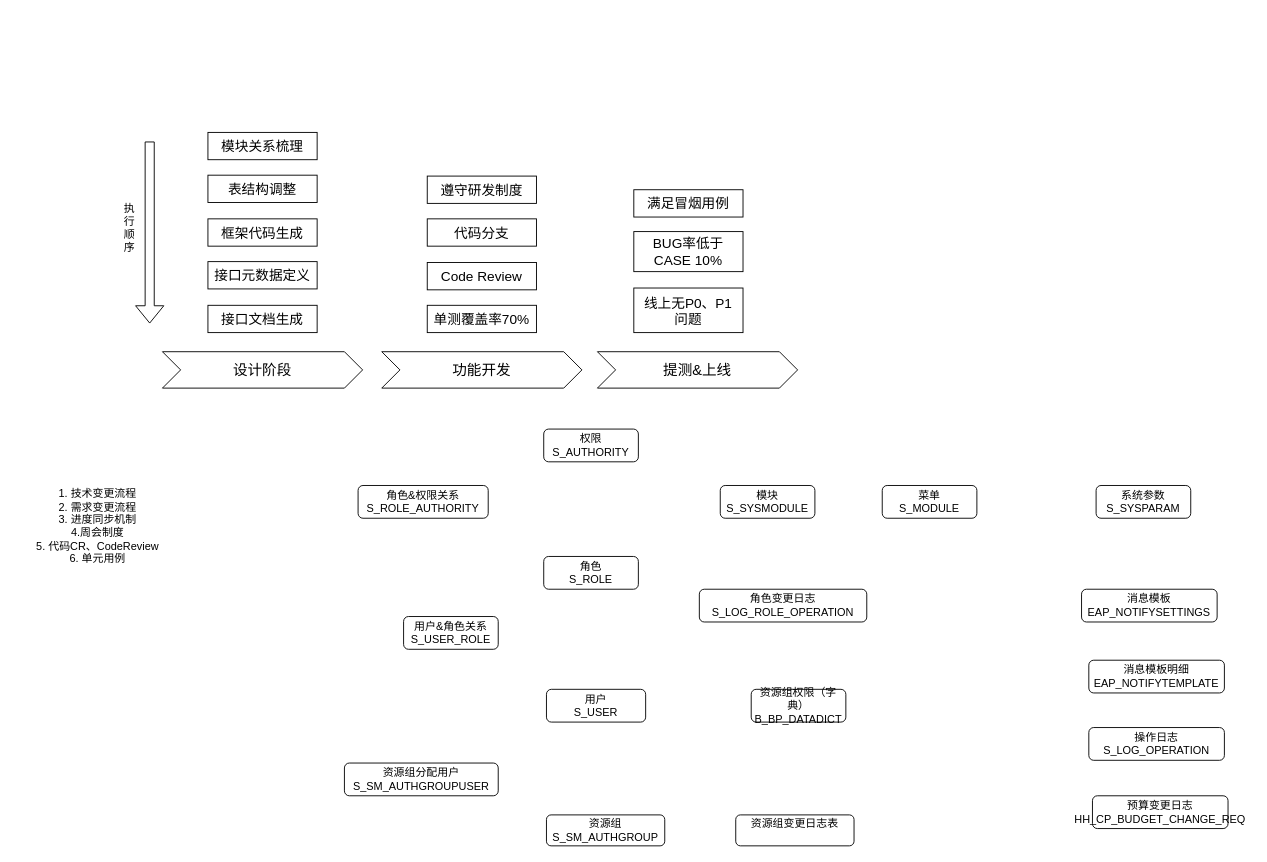
The draw.io diagram 三期二阶段-研发步骤.drawio in S0Louis/drowio, before the edit. Source tidied: cells renumbered, new cells numbered last; positions are measured from the earlier drawing's top-left corner, leaving out a move shared by most shapes. Both pictures are drawn from the tidied source at 91%, with x=0, y=0 at pixel (15, 15).
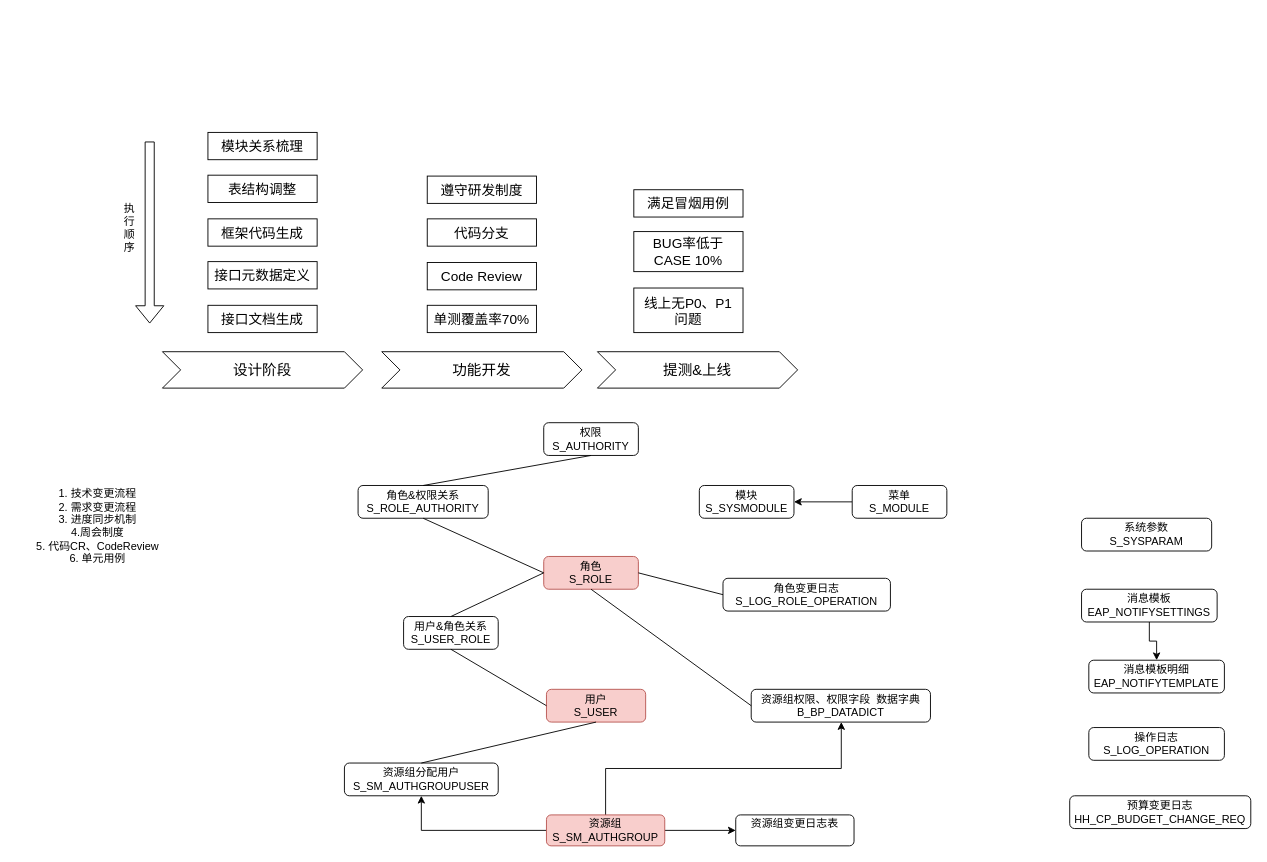
The same page after the edit.

Commit message (it also covers changes not shown here):
更新三期二阶段-研发步骤.drawio

Unchanged cells that the change refers to:
```xml
<mxCell id="23" value="&lt;div&gt;用户&amp;amp;角色关系&lt;/div&gt;&lt;div&gt;S_USER_ROLE&lt;/div&gt;" style="rounded=1;whiteSpace=wrap;html=1;" parent="1" vertex="1">
  <mxGeometry x="426" y="660" width="104" height="36" as="geometry" />
</mxCell>
<mxCell id="25" value="资源组分配用户&lt;div&gt;S_SM_AUTHGROUPUSER&lt;/div&gt;" style="rounded=1;whiteSpace=wrap;html=1;" parent="1" vertex="1">
  <mxGeometry x="361" y="821" width="169" height="36" as="geometry" />
</mxCell>
<mxCell id="28" value="角色&amp;amp;权限关系&lt;div&gt;S_ROLE_AUTHORITY&lt;br&gt;&lt;/div&gt;" style="rounded=1;whiteSpace=wrap;html=1;" parent="1" vertex="1">
  <mxGeometry x="376" y="516" width="143" height="36" as="geometry" />
</mxCell>
<mxCell id="32" value="&lt;div&gt;消息模板&lt;/div&gt;&lt;div&gt;EAP_NOTIFYSETTINGS&lt;br&gt;&lt;/div&gt;" style="rounded=1;whiteSpace=wrap;html=1;" parent="1" vertex="1">
  <mxGeometry x="1171" y="630" width="149" height="36" as="geometry" />
</mxCell>
<mxCell id="33" value="&lt;div&gt;消息模板明细&lt;/div&gt;&lt;div&gt;EAP_NOTIFYTEMPLATE&lt;br&gt;&lt;/div&gt;" style="rounded=1;whiteSpace=wrap;html=1;" parent="1" vertex="1">
  <mxGeometry x="1179" y="708" width="149" height="36" as="geometry" />
</mxCell>
<mxCell id="36" value="&lt;div&gt;资源组变更日志表&lt;/div&gt;&lt;div&gt;&lt;br&gt;&lt;/div&gt;" style="rounded=1;whiteSpace=wrap;html=1;" parent="1" vertex="1">
  <mxGeometry x="791" y="878" width="130" height="34" as="geometry" />
</mxCell>
```

Change to the diagram source:
```diff
@@
-    <mxCell id="21" value="用户&lt;div&gt;S_USER&lt;/div&gt;" style="rounded=1;whiteSpace=wrap;html=1;" parent="1" vertex="1">
+    <mxCell id="21" value="用户&lt;div&gt;S_USER&lt;/div&gt;" style="rounded=1;whiteSpace=wrap;html=1;fillColor=#f8cecc;strokeColor=#b85450;" parent="1" vertex="1">
       <mxGeometry x="583" y="740" width="109" height="36" as="geometry" />
     </mxCell>
-    <mxCell id="22" value="&lt;div&gt;角色&lt;/div&gt;&lt;div&gt;S_ROLE&lt;/div&gt;" style="rounded=1;whiteSpace=wrap;html=1;" parent="1" vertex="1">
+    <mxCell id="22" value="&lt;div&gt;角色&lt;/div&gt;&lt;div&gt;S_ROLE&lt;/div&gt;" style="rounded=1;whiteSpace=wrap;html=1;fillColor=#f8cecc;strokeColor=#b85450;" parent="1" vertex="1">
       <mxGeometry x="580" y="594" width="104" height="36" as="geometry" />
     </mxCell>
@@
+    <mxCell id="38" style="edgeStyle=orthogonalEdgeStyle;rounded=0;jettySize=auto;html=1;" parent="1" edge="1" source="24" target="25">
+      <mxGeometry relative="1" as="geometry" />
+    </mxCell>
+    <mxCell id="39" style="edgeStyle=orthogonalEdgeStyle;rounded=0;jettySize=auto;html=1;" parent="1" edge="1" source="24" target="26">
+      <mxGeometry relative="1" as="geometry">
+        <Array as="points">
+          <mxPoint x="648" y="827" />
+          <mxPoint x="907" y="827" />
+        </Array>
+      </mxGeometry>
+    </mxCell>
+    <mxCell id="40" style="edgeStyle=orthogonalEdgeStyle;rounded=0;jettySize=auto;html=1;" parent="1" edge="1" source="24" target="36">
+      <mxGeometry relative="1" as="geometry" />
+    </mxCell>
-    <mxCell id="24" value="&lt;div&gt;资源组&lt;/div&gt;&lt;div&gt;S_SM_AUTHGROUP&lt;/div&gt;" style="rounded=1;whiteSpace=wrap;html=1;" parent="1" vertex="1">
+    <mxCell id="24" value="&lt;div&gt;资源组&lt;/div&gt;&lt;div&gt;S_SM_AUTHGROUP&lt;/div&gt;" style="rounded=1;whiteSpace=wrap;html=1;fillColor=#f8cecc;strokeColor=#b85450;" parent="1" vertex="1">
       <mxGeometry x="583" y="878" width="130" height="34" as="geometry" />
     </mxCell>
@@
-    <mxCell id="26" value="资源组权限（字典）&lt;div&gt;B_BP_DATADICT&lt;br&gt;&lt;/div&gt;" style="rounded=1;whiteSpace=wrap;html=1;" parent="1" vertex="1">
-      <mxGeometry x="808" y="740" width="104" height="36" as="geometry" />
+    <mxCell id="26" value="资源组权限、权限字段&amp;nbsp; 数据字典&lt;div&gt;B_BP_DATADICT&lt;br&gt;&lt;/div&gt;" style="rounded=1;whiteSpace=wrap;html=1;" parent="1" vertex="1">
+      <mxGeometry x="808" y="740" width="197" height="36" as="geometry" />
     </mxCell>
     <mxCell id="27" value="权限&lt;div&gt;S_AUTHORITY&lt;br&gt;&lt;/div&gt;" style="rounded=1;whiteSpace=wrap;html=1;" parent="1" vertex="1">
-      <mxGeometry x="580" y="454" width="104" height="36" as="geometry" />
+      <mxGeometry x="580" y="447" width="104" height="36" as="geometry" />
     </mxCell>
@@
     <mxCell id="29" value="&lt;div&gt;模块&lt;/div&gt;&lt;div&gt;S_SYSMODULE&lt;/div&gt;" style="rounded=1;whiteSpace=wrap;html=1;" parent="1" vertex="1">
-      <mxGeometry x="774" y="516" width="104" height="36" as="geometry" />
+      <mxGeometry x="751" y="516" width="104" height="36" as="geometry" />
     </mxCell>
+    <mxCell id="41" style="edgeStyle=orthogonalEdgeStyle;rounded=0;jettySize=auto;html=1;" parent="1" edge="1" source="30" target="29">
+      <mxGeometry relative="1" as="geometry" />
+    </mxCell>
     <mxCell id="30" value="&lt;div&gt;菜单&lt;/div&gt;&lt;div&gt;S_MODULE&lt;br&gt;&lt;/div&gt;" style="rounded=1;whiteSpace=wrap;html=1;" parent="1" vertex="1">
-      <mxGeometry x="952" y="516" width="104" height="36" as="geometry" />
+      <mxGeometry x="919" y="516" width="104" height="36" as="geometry" />
     </mxCell>
     <mxCell id="31" value="&lt;div&gt;系统参数&lt;/div&gt;&lt;div&gt;S_SYSPARAM&lt;br&gt;&lt;/div&gt;" style="rounded=1;whiteSpace=wrap;html=1;" parent="1" vertex="1">
-      <mxGeometry x="1187" y="516" width="104" height="36" as="geometry" />
+      <mxGeometry x="1171" y="552" width="143" height="36" as="geometry" />
     </mxCell>
+    <mxCell id="42" style="edgeStyle=orthogonalEdgeStyle;rounded=0;jettySize=auto;html=1;entryX=0.5;entryY=0;entryDx=0;entryDy=0;" parent="1" edge="1" source="32" target="33">
+      <mxGeometry relative="1" as="geometry" />
+    </mxCell>
@@
     <mxCell id="35" value="&lt;div&gt;预算变更日志&lt;/div&gt;&lt;div&gt;HH_CP_BUDGET_CHANGE_REQ&lt;br&gt;&lt;/div&gt;" style="rounded=1;whiteSpace=wrap;html=1;" parent="1" vertex="1">
-      <mxGeometry x="1183" y="857" width="149" height="36" as="geometry" />
+      <mxGeometry x="1158" y="857" width="199" height="36" as="geometry" />
     </mxCell>
@@
     <mxCell id="37" value="&lt;div&gt;角色变更日志&lt;/div&gt;&lt;div&gt;S_LOG_ROLE_OPERATION&lt;br&gt;&lt;/div&gt;" style="rounded=1;whiteSpace=wrap;html=1;" parent="1" vertex="1">
-      <mxGeometry x="751" y="630" width="184" height="36" as="geometry" />
+      <mxGeometry x="777" y="618" width="184" height="36" as="geometry" />
     </mxCell>
+    <mxCell id="43" style="endArrow=none;html=1;rounded=0;exitX=0;exitY=0.5;exitDx=0;exitDy=0;entryX=0.5;entryY=1;entryDx=0;entryDy=0;endFill=0;" parent="1" edge="1" source="21" target="23">
+      <mxGeometry relative="1" as="geometry" />
+    </mxCell>
+    <mxCell id="44" style="endArrow=none;html=1;rounded=0;exitX=0;exitY=0.5;exitDx=0;exitDy=0;entryX=0.5;entryY=0;entryDx=0;entryDy=0;endFill=0;" parent="1" edge="1" source="22" target="23">
+      <mxGeometry relative="1" as="geometry" />
+    </mxCell>
+    <mxCell id="45" style="endArrow=none;html=1;rounded=0;exitX=0.5;exitY=1;exitDx=0;exitDy=0;entryX=0.5;entryY=0;entryDx=0;entryDy=0;endFill=0;" parent="1" edge="1" source="21" target="25">
+      <mxGeometry relative="1" as="geometry" />
+    </mxCell>
+    <mxCell id="46" style="endArrow=none;html=1;rounded=0;exitX=0;exitY=0.5;exitDx=0;exitDy=0;entryX=0.5;entryY=1;entryDx=0;entryDy=0;endFill=0;" parent="1" edge="1" source="22" target="28">
+      <mxGeometry relative="1" as="geometry" />
+    </mxCell>
+    <mxCell id="47" style="endArrow=none;html=1;rounded=0;exitX=0.5;exitY=0;exitDx=0;exitDy=0;entryX=0.5;entryY=1;entryDx=0;entryDy=0;endFill=0;" parent="1" edge="1" source="28" target="27">
+      <mxGeometry relative="1" as="geometry" />
+    </mxCell>
+    <mxCell id="48" style="endArrow=none;html=1;rounded=0;exitX=1;exitY=0.5;exitDx=0;exitDy=0;entryX=0;entryY=0.5;entryDx=0;entryDy=0;endFill=0;" parent="1" edge="1" source="22" target="37">
+      <mxGeometry relative="1" as="geometry" />
+    </mxCell>
+    <mxCell id="49" style="endArrow=none;html=1;rounded=0;exitX=0.5;exitY=1;exitDx=0;exitDy=0;entryX=0;entryY=0.5;entryDx=0;entryDy=0;endFill=0;" parent="1" edge="1" source="22" target="26">
+      <mxGeometry relative="1" as="geometry" />
+    </mxCell>
```
